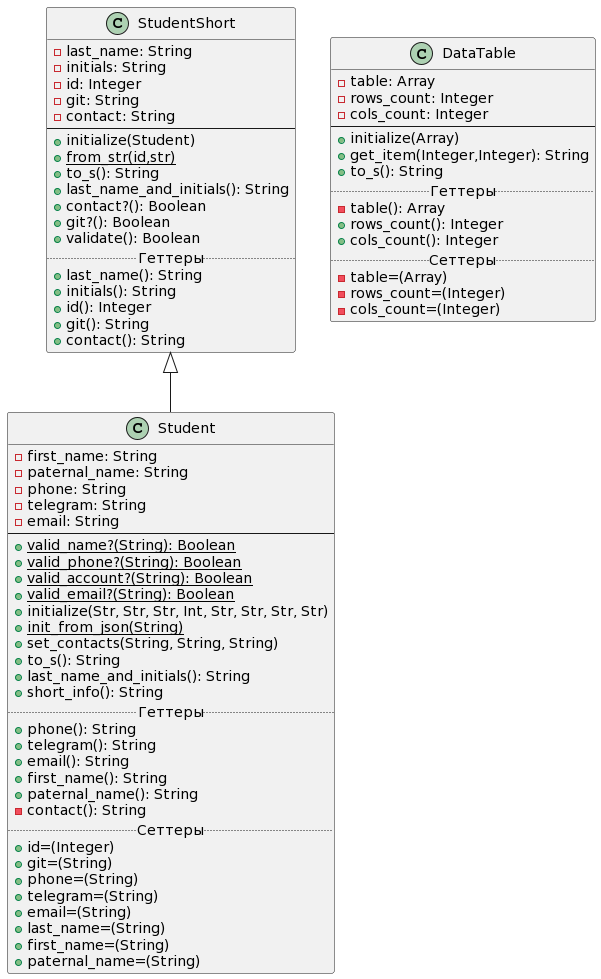
waasabi13/ruby_labs keeps this PlantUML diagram as Diagrams/class_diagram_lab2.png. Above is the earlier version.
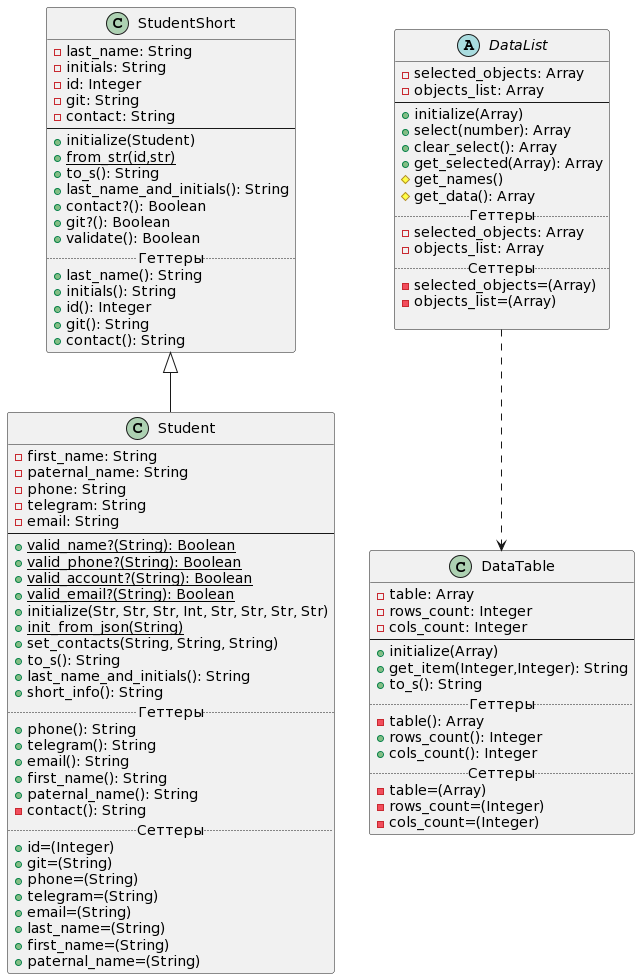
The same diagram one commit later.

Commit message:
реализация методов класса datalist(лаба 2 задание 3.4)

Diff of the diagram source:
```diff
@@ -58,7 +58,25 @@
     +paternal_name=(String)
 }
 
+abstract class DataList
+{
+    -selected_objects: Array
+    -objects_list: Array
+--
+    +initialize(Array)
+    +select(number): Array
+    +clear_select(): Array
+    +get_selected(Array): Array
+    #get_names()
+    #get_data(): Array
+    ..Геттеры..
+    -selected_objects: Array
+    -objects_list: Array
+    ..Сеттеры..
+    -selected_objects=(Array)
+    -objects_list=(Array)
 
+}
 class DataTable
 {
     -table: Array
@@ -77,4 +95,6 @@
     -rows_count=(Integer)
     -cols_count=(Integer)
 }
+
+DataList ..> DataTable
 @enduml
```
